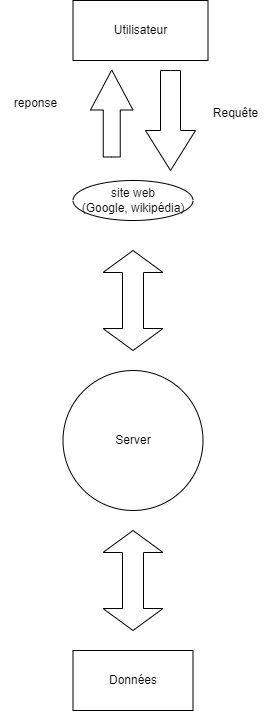
CyrilFreeman/Diagramme_internet keeps this draw.io diagram as Diagramme_internet.drawio.png. Above is the earlier version. Source tidied: cells renumbered, new cells last; positions are measured from the earlier drawing's top-left corner, leaving out a move shared by most shapes.
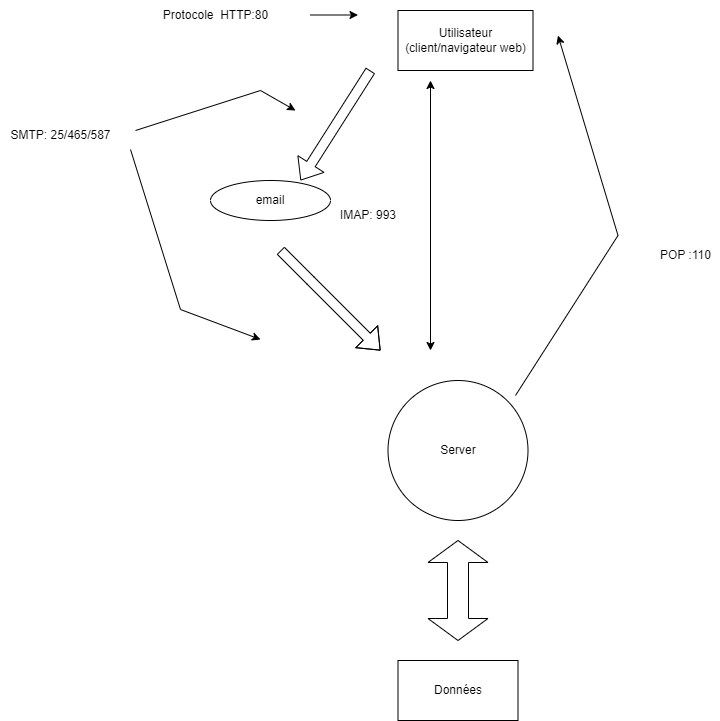
The same file after the commit.

Commit message:
Mettre à jour Diagramme_internet.drawio.png

The edit, as a diff of the source:
```diff
@@ -5,27 +5,9 @@
     <mxCell id="2" value="Server" style="ellipse;whiteSpace=wrap;html=1;" parent="1" vertex="1">
       <mxGeometry x="62.5" y="370" width="140" height="140" as="geometry" />
     </mxCell>
-    <mxCell id="3" value="Utilisateur" style="rounded=0;whiteSpace=wrap;html=1;" parent="1" vertex="1">
+    <mxCell id="3" value="Utilisateur&lt;br&gt;(client/navigateur web)" style="rounded=0;whiteSpace=wrap;html=1;" parent="1" vertex="1">
       <mxGeometry x="72.5" width="135" height="60" as="geometry" />
     </mxCell>
-    <mxCell id="4" value="site web&lt;br&gt;(Google, wikipédia)" style="ellipse;whiteSpace=wrap;html=1;" parent="1" vertex="1">
-      <mxGeometry x="72.5" y="180" width="120" height="40" as="geometry" />
-    </mxCell>
-    <mxCell id="5" style="html=1;shadow=0;dashed=0;align=center;verticalAlign=middle;shape=mxgraph.arrows2.twoWayArrow;dy=0.65;dx=22;rotation=90;" parent="1" vertex="1">
-      <mxGeometry x="82.5" y="270" width="100" height="60" as="geometry" />
-    </mxCell>
-    <mxCell id="6" style="html=1;shadow=0;dashed=0;align=center;verticalAlign=middle;shape=mxgraph.arrows2.arrow;dy=0.6;dx=40;direction=south;notch=0;" parent="1" vertex="1">
-      <mxGeometry x="145" y="70" width="50" height="100" as="geometry" />
-    </mxCell>
-    <mxCell id="7" value="Requête" style="text;html=1;align=center;verticalAlign=middle;strokeColor=none;fillColor=none;" parent="1" vertex="1">
-      <mxGeometry x="200" y="98" width="70" height="30" as="geometry" />
-    </mxCell>
-    <mxCell id="8" style="html=1;shadow=0;dashed=0;align=center;verticalAlign=middle;shape=mxgraph.arrows2.arrow;dy=0.6;dx=40;direction=north;notch=0;" parent="1" vertex="1">
-      <mxGeometry x="90" y="69.5" width="42.5" height="87" as="geometry" />
-    </mxCell>
-    <mxCell id="9" value="reponse" style="text;html=1;align=center;verticalAlign=middle;strokeColor=none;fillColor=none;" parent="1" vertex="1">
-      <mxGeometry y="88" width="70" height="30" as="geometry" />
-    </mxCell>
     <mxCell id="10" style="html=1;shadow=0;dashed=0;align=center;verticalAlign=middle;shape=mxgraph.arrows2.twoWayArrow;dy=0.65;dx=22;rotation=90;" parent="1" vertex="1">
       <mxGeometry x="82.5" y="550" width="100" height="60" as="geometry" />
     </mxCell>
@@ -35,5 +17,77 @@
     <mxCell id="12" value="Données&lt;br&gt;" style="text;html=1;strokeColor=none;fillColor=none;align=center;verticalAlign=middle;whiteSpace=wrap;rounded=0;" parent="1" vertex="1">
       <mxGeometry x="102.5" y="665" width="60" height="30" as="geometry" />
     </mxCell>
+    <mxCell id="13" value="Protocole&amp;nbsp; HTTP:80" style="text;html=1;align=center;verticalAlign=middle;strokeColor=none;fillColor=none;" parent="1" vertex="1">
+      <mxGeometry x="-175" y="-10" width="130" height="30" as="geometry" />
+    </mxCell>
+    <mxCell id="14" style="endArrow=classic;html=1;rounded=0;" parent="1" edge="1">
+      <mxGeometry relative="1" as="geometry">
+        <mxPoint x="-15" y="4.5" as="sourcePoint" />
+        <mxPoint x="32.5" y="4.5" as="targetPoint" />
+        <Array as="points">
+          <mxPoint x="12.5" y="4.5" />
+        </Array>
+      </mxGeometry>
+    </mxCell>
+    <mxCell id="15" value="email" style="ellipse;whiteSpace=wrap;html=1;" parent="1" vertex="1">
+      <mxGeometry x="-115" y="170" width="120" height="40" as="geometry" />
+    </mxCell>
+    <mxCell id="16" style="shape=flexArrow;endArrow=classic;html=1;rounded=0;" parent="1" edge="1">
+      <mxGeometry relative="1" as="geometry">
+        <mxPoint x="45" y="60" as="sourcePoint" />
+        <mxPoint x="-25" y="170" as="targetPoint" />
+      </mxGeometry>
+    </mxCell>
+    <mxCell id="17" style="shape=flexArrow;endArrow=classic;html=1;rounded=0;" parent="1" edge="1">
+      <mxGeometry relative="1" as="geometry">
+        <mxPoint x="-45" y="240" as="sourcePoint" />
+        <mxPoint x="55" y="340" as="targetPoint" />
+        <Array as="points">
+          <mxPoint x="-15" y="270" />
+        </Array>
+      </mxGeometry>
+    </mxCell>
+    <mxCell id="18" style="endArrow=classic;html=1;rounded=0;" parent="1" edge="1">
+      <mxGeometry relative="1" as="geometry">
+        <mxPoint x="-190" y="120" as="sourcePoint" />
+        <mxPoint x="-30" y="100" as="targetPoint" />
+        <Array as="points">
+          <mxPoint x="-65" y="80" />
+        </Array>
+      </mxGeometry>
+    </mxCell>
+    <mxCell id="19" value="SMTP: 25/465/587" style="text;html=1;align=center;verticalAlign=middle;strokeColor=none;fillColor=none;" parent="1" vertex="1">
+      <mxGeometry x="-325" y="110" width="120" height="30" as="geometry" />
+    </mxCell>
+    <mxCell id="20" style="endArrow=classic;html=1;rounded=0;" parent="1" edge="1">
+      <mxGeometry relative="1" as="geometry">
+        <mxPoint x="-195" y="139" as="sourcePoint" />
+        <mxPoint x="-65" y="329" as="targetPoint" />
+        <Array as="points">
+          <mxPoint x="-145" y="299" />
+        </Array>
+      </mxGeometry>
+    </mxCell>
+    <mxCell id="21" style="endArrow=classic;html=1;rounded=0;" parent="1" edge="1">
+      <mxGeometry relative="1" as="geometry">
+        <mxPoint x="190" y="385" as="sourcePoint" />
+        <mxPoint x="232.5" y="25" as="targetPoint" />
+        <Array as="points">
+          <mxPoint x="292.5" y="225" />
+        </Array>
+      </mxGeometry>
+    </mxCell>
+    <mxCell id="22" value="POP :110" style="text;html=1;align=center;verticalAlign=middle;strokeColor=none;fillColor=none;" parent="1" vertex="1">
+      <mxGeometry x="325" y="230" width="70" height="30" as="geometry" />
+    </mxCell>
+    <mxCell id="23" style="endArrow=classic;startArrow=classic;html=1;rounded=0;" parent="1" edge="1">
+      <mxGeometry relative="1" as="geometry">
+        <mxPoint x="105" y="340" as="sourcePoint" />
+        <mxPoint x="105" y="70" as="targetPoint" />
+      </mxGeometry>
+    </mxCell>
+    <mxCell id="24" value="IMAP: 993" style="text;html=1;strokeColor=none;fillColor=none;align=center;verticalAlign=middle;whiteSpace=wrap;rounded=0;" parent="1" vertex="1">
+      <mxGeometry x="12.5" y="190" width="60" height="30" as="geometry" />
+    </mxCell>
   </root>
 </mxGraphModel>
```
